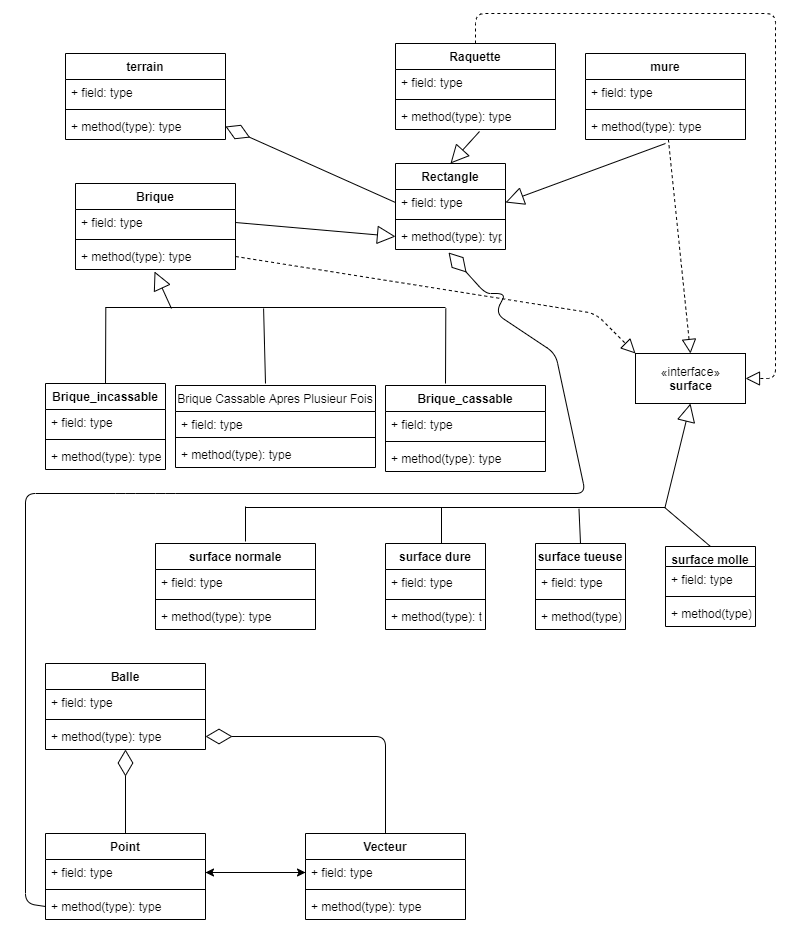
Above: develop/Diagram de classe_3.png in MedAnisse/Projet_Cassebrique (draw.io), before the change. Source tidied: cells renumbered, new cells last; positions are measured from the earlier drawing's top-left corner, leaving out a move shared by most shapes.
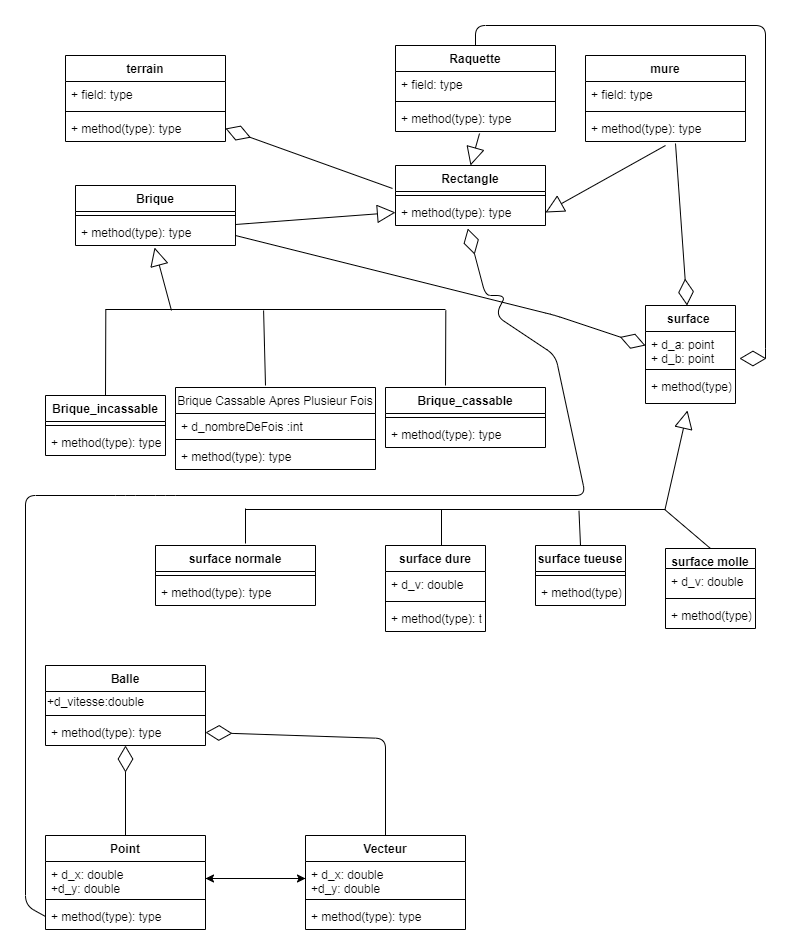
The same file after the commit.

Commit message:
modification de develop\Diagram de classe_3.png

Diff of the diagram source:
```diff
@@ -4,3 +4,3 @@
     <mxCell id="1" parent="0" />
-    <mxCell id="2" style="endArrow=diamondThin;endFill=0;endSize=24;html=1;exitX=0;exitY=0.5;exitDx=0;exitDy=0;entryX=1;entryY=0.5;entryDx=0;entryDy=0;" parent="1" edge="1" source="46" target="16">
+    <mxCell id="2" style="endArrow=diamondThin;endFill=0;endSize=24;html=1;exitX=-0.02;exitY=0.383;exitDx=0;exitDy=0;entryX=1;entryY=0.5;entryDx=0;entryDy=0;exitPerimeter=0;" parent="1" edge="1" source="45" target="16">
       <mxGeometry relative="1" as="geometry" />
@@ -45,3 +45,3 @@
     </mxCell>
-    <mxCell id="12" style="endArrow=block;endSize=16;endFill=0;html=1;exitX=0.999;exitY=0.458;exitDx=0;exitDy=0;exitPerimeter=0;entryX=0.5;entryY=1;entryDx=0;entryDy=0;" parent="1" edge="1" source="8" target="79">
+    <mxCell id="12" style="endArrow=block;endSize=16;endFill=0;html=1;exitX=0.999;exitY=0.458;exitDx=0;exitDy=0;exitPerimeter=0;entryX=0.467;entryY=1.231;entryDx=0;entryDy=0;entryPerimeter=0;" parent="1" edge="1" source="8" target="90">
       <mxGeometry x="-0.38" y="94" relative="1" as="geometry">
@@ -74,37 +74,19 @@
     </mxCell>
-    <mxCell id="21" value="Brique_incassable" style="swimlane;fontStyle=1;align=center;verticalAlign=top;horizontal=1;startSize=26;" parent="1" vertex="1">
-      <mxGeometry x="20" y="370" width="120" height="86" as="geometry" />
-    </mxCell>
-    <mxCell id="22" value="+ field: type" style="text;strokeColor=none;fillColor=none;align=left;verticalAlign=top;spacingLeft=4;spacingRight=4;overflow=hidden;" parent="21" vertex="1">
-      <mxGeometry y="26" width="120" height="26" as="geometry" />
-    </mxCell>
-    <mxCell id="23" style="line;strokeWidth=1;fillColor=none;align=left;verticalAlign=middle;spacingTop=-1;spacingLeft=3;spacingRight=3;labelPosition=right;" parent="21" vertex="1">
-      <mxGeometry y="52" width="120" height="8" as="geometry" />
-    </mxCell>
-    <mxCell id="24" value="+ method(type): type" style="text;strokeColor=none;fillColor=none;align=left;verticalAlign=top;spacingLeft=4;spacingRight=4;overflow=hidden;" parent="21" vertex="1">
-      <mxGeometry y="60" width="120" height="26" as="geometry" />
-    </mxCell>
     <mxCell id="25" value="Brique" style="swimlane;fontStyle=1;align=center;verticalAlign=top;horizontal=1;startSize=26;" parent="1" vertex="1">
-      <mxGeometry x="50" y="170" width="160" height="86" as="geometry" />
+      <mxGeometry x="50" y="170" width="160" height="60" as="geometry" />
     </mxCell>
-    <mxCell id="26" value="+ field: type" style="text;strokeColor=none;fillColor=none;align=left;verticalAlign=top;spacingLeft=4;spacingRight=4;overflow=hidden;points=[[0,0.5],[1,0.5]];portConstraint=eastwest;" parent="25" vertex="1">
-      <mxGeometry y="26" width="160" height="26" as="geometry" />
-    </mxCell>
     <mxCell id="27" style="line;strokeWidth=1;fillColor=none;align=left;verticalAlign=middle;spacingTop=-1;spacingLeft=3;spacingRight=3;labelPosition=right;" parent="25" vertex="1">
-      <mxGeometry y="52" width="160" height="8" as="geometry" />
+      <mxGeometry y="26" width="160" height="8" as="geometry" />
     </mxCell>
     <mxCell id="28" value="+ method(type): type" style="text;strokeColor=none;fillColor=none;align=left;verticalAlign=top;spacingLeft=4;spacingRight=4;overflow=hidden;points=[[0,0.5],[1,0.5]];portConstraint=eastwest;" parent="25" vertex="1">
-      <mxGeometry y="60" width="160" height="26" as="geometry" />
+      <mxGeometry y="34" width="160" height="26" as="geometry" />
     </mxCell>
     <mxCell id="29" value="Brique_cassable" style="swimlane;fontStyle=1;align=center;verticalAlign=top;horizontal=1;startSize=26;" parent="1" vertex="1">
-      <mxGeometry x="360" y="372" width="160" height="86" as="geometry" />
+      <mxGeometry x="360" y="372" width="160" height="60" as="geometry" />
     </mxCell>
-    <mxCell id="30" value="+ field: type" style="text;strokeColor=none;fillColor=none;align=left;verticalAlign=top;spacingLeft=4;spacingRight=4;overflow=hidden;" parent="29" vertex="1">
-      <mxGeometry y="26" width="160" height="26" as="geometry" />
-    </mxCell>
     <mxCell id="31" style="line;strokeWidth=1;fillColor=none;align=left;verticalAlign=middle;spacingTop=-1;spacingLeft=3;spacingRight=3;labelPosition=right;" parent="29" vertex="1">
-      <mxGeometry y="52" width="160" height="8" as="geometry" />
+      <mxGeometry y="26" width="160" height="8" as="geometry" />
     </mxCell>
     <mxCell id="32" value="+ method(type): type" style="text;strokeColor=none;fillColor=none;align=left;verticalAlign=top;spacingLeft=4;spacingRight=4;overflow=hidden;" parent="29" vertex="1">
-      <mxGeometry y="60" width="160" height="26" as="geometry" />
+      <mxGeometry y="34" width="160" height="26" as="geometry" />
     </mxCell>
@@ -113,3 +95,3 @@
     </mxCell>
-    <mxCell id="34" value="+ field: type" style="text;strokeColor=none;fillColor=none;align=left;verticalAlign=top;spacingLeft=4;spacingRight=4;overflow=hidden;" parent="33" vertex="1">
+    <mxCell id="34" value="+ d_nombreDeFois :int " style="text;strokeColor=none;fillColor=none;align=left;verticalAlign=top;spacingLeft=4;spacingRight=4;overflow=hidden;" parent="33" vertex="1">
       <mxGeometry y="26" width="200" height="22" as="geometry" />
@@ -135,48 +117,54 @@
     <mxCell id="41" value="surface normale" style="swimlane;fontStyle=1;align=center;verticalAlign=top;horizontal=1;startSize=26;" parent="1" vertex="1">
-      <mxGeometry x="130" y="530" width="160" height="86" as="geometry" />
+      <mxGeometry x="130" y="530" width="160" height="60" as="geometry" />
     </mxCell>
-    <mxCell id="42" value="+ field: type" style="text;strokeColor=none;fillColor=none;align=left;verticalAlign=top;spacingLeft=4;spacingRight=4;overflow=hidden;" parent="41" vertex="1">
-      <mxGeometry y="26" width="160" height="26" as="geometry" />
-    </mxCell>
     <mxCell id="43" style="line;strokeWidth=1;fillColor=none;align=left;verticalAlign=middle;spacingTop=-1;spacingLeft=3;spacingRight=3;labelPosition=right;" parent="41" vertex="1">
-      <mxGeometry y="52" width="160" height="8" as="geometry" />
+      <mxGeometry y="26" width="160" height="8" as="geometry" />
     </mxCell>
     <mxCell id="44" value="+ method(type): type" style="text;strokeColor=none;fillColor=none;align=left;verticalAlign=top;spacingLeft=4;spacingRight=4;overflow=hidden;" parent="41" vertex="1">
-      <mxGeometry y="60" width="160" height="26" as="geometry" />
+      <mxGeometry y="34" width="160" height="26" as="geometry" />
     </mxCell>
     <mxCell id="45" value="Rectangle" style="swimlane;fontStyle=1;align=center;verticalAlign=top;horizontal=1;startSize=26;" parent="1" vertex="1">
-      <mxGeometry x="370" y="150" width="110" height="86" as="geometry" />
+      <mxGeometry x="370" y="150" width="150" height="60" as="geometry" />
     </mxCell>
-    <mxCell id="46" value="+ field: type" style="text;strokeColor=none;fillColor=none;align=left;verticalAlign=top;spacingLeft=4;spacingRight=4;overflow=hidden;points=[[0,0.5],[1,0.5]];portConstraint=eastwest;" parent="45" vertex="1">
-      <mxGeometry y="26" width="110" height="26" as="geometry" />
-    </mxCell>
     <mxCell id="47" style="line;strokeWidth=1;fillColor=none;align=left;verticalAlign=middle;spacingTop=-1;spacingLeft=3;spacingRight=3;labelPosition=right;" parent="45" vertex="1">
-      <mxGeometry y="52" width="110" height="8" as="geometry" />
+      <mxGeometry y="26" width="150" height="8" as="geometry" />
     </mxCell>
     <mxCell id="48" value="+ method(type): type" style="text;strokeColor=none;fillColor=none;align=left;verticalAlign=top;spacingLeft=4;spacingRight=4;overflow=hidden;points=[[0,0.5],[1,0.5]];portConstraint=eastwest;" parent="45" vertex="1">
-      <mxGeometry y="60" width="110" height="26" as="geometry" />
+      <mxGeometry y="34" width="150" height="26" as="geometry" />
     </mxCell>
     <mxCell id="49" value="Balle" style="swimlane;fontStyle=1;align=center;verticalAlign=top;horizontal=1;startSize=26;" parent="1" vertex="1">
-      <mxGeometry x="20" y="650" width="160" height="86" as="geometry" />
+      <mxGeometry x="20" y="650" width="160" height="80" as="geometry" />
     </mxCell>
-    <mxCell id="50" value="+ field: type" style="text;strokeColor=none;fillColor=none;align=left;verticalAlign=top;spacingLeft=4;spacingRight=4;overflow=hidden;" parent="49" vertex="1">
-      <mxGeometry y="26" width="160" height="26" as="geometry" />
-    </mxCell>
+    <mxCell id="86" value="+d_vitesse:double" style="text;html=1;align=left;verticalAlign=middle;" parent="49" vertex="1">
+      <mxGeometry y="26" width="160" height="20" as="geometry" />
+    </mxCell>
     <mxCell id="51" style="line;strokeWidth=1;fillColor=none;align=left;verticalAlign=middle;spacingTop=-1;spacingLeft=3;spacingRight=3;labelPosition=right;" parent="49" vertex="1">
-      <mxGeometry y="52" width="160" height="8" as="geometry" />
+      <mxGeometry y="46" width="160" height="8" as="geometry" />
     </mxCell>
     <mxCell id="52" value="+ method(type): type" style="text;strokeColor=none;fillColor=none;align=left;verticalAlign=top;spacingLeft=4;spacingRight=4;overflow=hidden;points=[[0,0.5],[1,0.5]];portConstraint=eastwest;" parent="49" vertex="1">
-      <mxGeometry y="60" width="160" height="26" as="geometry" />
+      <mxGeometry y="54" width="160" height="26" as="geometry" />
     </mxCell>
+    <mxCell id="87" value="surface " style="swimlane;fontStyle=1;align=center;verticalAlign=top;horizontal=1;startSize=26;" parent="1" vertex="1">
+      <mxGeometry x="620" y="290" width="90" height="98" as="geometry" />
+    </mxCell>
+    <mxCell id="88" value="+ d_a: point&#10;+ d_b: point" style="text;strokeColor=none;fillColor=none;align=left;verticalAlign=top;spacingLeft=4;spacingRight=4;overflow=hidden;points=[[0,0.5],[1,0.5]];portConstraint=eastwest;" parent="87" vertex="1">
+      <mxGeometry y="26" width="90" height="34" as="geometry" />
+    </mxCell>
+    <mxCell id="89" style="line;strokeWidth=1;fillColor=none;align=left;verticalAlign=middle;spacingTop=-1;spacingLeft=3;spacingRight=3;labelPosition=right;" parent="87" vertex="1">
+      <mxGeometry y="60" width="90" height="8" as="geometry" />
+    </mxCell>
+    <mxCell id="90" value="+ method(type): type" style="text;strokeColor=none;fillColor=none;align=left;verticalAlign=top;spacingLeft=4;spacingRight=4;overflow=hidden;points=[[0,0.5],[1,0.5]];portConstraint=eastwest;" parent="87" vertex="1">
+      <mxGeometry y="68" width="90" height="30" as="geometry" />
+    </mxCell>
     <mxCell id="53" value="Vecteur" style="swimlane;fontStyle=1;align=center;verticalAlign=top;horizontal=1;startSize=26;" parent="1" vertex="1">
-      <mxGeometry x="280" y="820" width="160" height="86" as="geometry" />
+      <mxGeometry x="280" y="820" width="160" height="94" as="geometry" />
     </mxCell>
-    <mxCell id="54" value="+ field: type" style="text;strokeColor=none;fillColor=none;align=left;verticalAlign=top;spacingLeft=4;spacingRight=4;overflow=hidden;points=[[0,0.5],[1,0.5]];portConstraint=eastwest;" parent="53" vertex="1">
-      <mxGeometry y="26" width="160" height="26" as="geometry" />
+    <mxCell id="54" value="+ d_x: double&#10;+d_y: double" style="text;strokeColor=none;fillColor=none;align=left;verticalAlign=top;spacingLeft=4;spacingRight=4;overflow=hidden;points=[[0,0.5],[1,0.5]];portConstraint=eastwest;" parent="53" vertex="1">
+      <mxGeometry y="26" width="160" height="34" as="geometry" />
     </mxCell>
     <mxCell id="55" style="line;strokeWidth=1;fillColor=none;align=left;verticalAlign=middle;spacingTop=-1;spacingLeft=3;spacingRight=3;labelPosition=right;" parent="53" vertex="1">
-      <mxGeometry y="52" width="160" height="8" as="geometry" />
+      <mxGeometry y="60" width="160" height="8" as="geometry" />
     </mxCell>
     <mxCell id="56" value="+ method(type): type" style="text;strokeColor=none;fillColor=none;align=left;verticalAlign=top;spacingLeft=4;spacingRight=4;overflow=hidden;" parent="53" vertex="1">
-      <mxGeometry y="60" width="160" height="26" as="geometry" />
+      <mxGeometry y="68" width="160" height="26" as="geometry" />
     </mxCell>
@@ -186,12 +174,12 @@
     <mxCell id="58" value="Point" style="swimlane;fontStyle=1;align=center;verticalAlign=top;horizontal=1;startSize=26;" parent="1" vertex="1">
-      <mxGeometry x="20" y="820" width="160" height="86" as="geometry" />
+      <mxGeometry x="20" y="820" width="160" height="94" as="geometry" />
     </mxCell>
-    <mxCell id="59" value="+ field: type" style="text;strokeColor=none;fillColor=none;align=left;verticalAlign=top;spacingLeft=4;spacingRight=4;overflow=hidden;points=[[0,0.5],[1,0.5]];portConstraint=eastwest;" parent="58" vertex="1">
-      <mxGeometry y="26" width="160" height="26" as="geometry" />
+    <mxCell id="59" value="+ d_x: double&#10;+d_y: double" style="text;strokeColor=none;fillColor=none;align=left;verticalAlign=top;spacingLeft=4;spacingRight=4;overflow=hidden;points=[[0,0.5],[1,0.5]];portConstraint=eastwest;" parent="58" vertex="1">
+      <mxGeometry y="26" width="160" height="34" as="geometry" />
     </mxCell>
     <mxCell id="60" style="line;strokeWidth=1;fillColor=none;align=left;verticalAlign=middle;spacingTop=-1;spacingLeft=3;spacingRight=3;labelPosition=right;" parent="58" vertex="1">
-      <mxGeometry y="52" width="160" height="8" as="geometry" />
+      <mxGeometry y="60" width="160" height="8" as="geometry" />
     </mxCell>
     <mxCell id="61" value="+ method(type): type" style="text;strokeColor=none;fillColor=none;align=left;verticalAlign=top;spacingLeft=4;spacingRight=4;overflow=hidden;points=[[0,0.5],[1,0.5]];portConstraint=eastwest;" parent="58" vertex="1">
-      <mxGeometry y="60" width="160" height="26" as="geometry" />
+      <mxGeometry y="68" width="160" height="26" as="geometry" />
     </mxCell>
@@ -207,3 +195,3 @@
     </mxCell>
-    <mxCell id="64" value="+ field: type" style="text;strokeColor=none;fillColor=none;align=left;verticalAlign=top;spacingLeft=4;spacingRight=4;overflow=hidden;" parent="63" vertex="1">
+    <mxCell id="64" value="+ d_v: double" style="text;strokeColor=none;fillColor=none;align=left;verticalAlign=top;spacingLeft=4;spacingRight=4;overflow=hidden;" parent="63" vertex="1">
       <mxGeometry y="26" width="100" height="26" as="geometry" />
@@ -217,12 +205,9 @@
     <mxCell id="67" value="surface tueuse" style="swimlane;fontStyle=1;align=center;verticalAlign=top;horizontal=1;startSize=26;" parent="1" vertex="1">
-      <mxGeometry x="510" y="530" width="90" height="86" as="geometry" />
+      <mxGeometry x="510" y="530" width="90" height="60" as="geometry" />
     </mxCell>
-    <mxCell id="68" value="+ field: type" style="text;strokeColor=none;fillColor=none;align=left;verticalAlign=top;spacingLeft=4;spacingRight=4;overflow=hidden;" parent="67" vertex="1">
-      <mxGeometry y="26" width="90" height="26" as="geometry" />
-    </mxCell>
     <mxCell id="69" style="line;strokeWidth=1;fillColor=none;align=left;verticalAlign=middle;spacingTop=-1;spacingLeft=3;spacingRight=3;labelPosition=right;" parent="67" vertex="1">
-      <mxGeometry y="52" width="90" height="8" as="geometry" />
+      <mxGeometry y="26" width="90" height="8" as="geometry" />
     </mxCell>
     <mxCell id="70" value="+ method(type): type" style="text;strokeColor=none;fillColor=none;align=left;verticalAlign=top;spacingLeft=4;spacingRight=4;overflow=hidden;" parent="67" vertex="1">
-      <mxGeometry y="60" width="90" height="26" as="geometry" />
+      <mxGeometry y="34" width="90" height="26" as="geometry" />
     </mxCell>
@@ -231,3 +216,3 @@
     </mxCell>
-    <mxCell id="72" value="+ field: type" style="text;strokeColor=none;fillColor=none;align=left;verticalAlign=top;spacingLeft=4;spacingRight=4;overflow=hidden;" parent="71" vertex="1">
+    <mxCell id="72" value="+ d_v: double" style="text;strokeColor=none;fillColor=none;align=left;verticalAlign=top;spacingLeft=4;spacingRight=4;overflow=hidden;" parent="71" vertex="1">
       <mxGeometry y="20" width="90" height="26" as="geometry" />
@@ -243,24 +228,2 @@
     </mxCell>
-    <mxCell id="76" style="endArrow=block;dashed=1;endFill=0;endSize=12;html=1;exitX=1;exitY=0.5;exitDx=0;exitDy=0;entryX=0;entryY=0;entryDx=0;entryDy=0;" parent="1" edge="1" source="28" target="79">
-      <mxGeometry relative="1" as="geometry">
-        <Array as="points">
-          <mxPoint x="570" y="300" />
-        </Array>
-      </mxGeometry>
-    </mxCell>
-    <mxCell id="77" style="endArrow=block;dashed=1;endFill=0;endSize=12;html=1;exitX=0.518;exitY=0.995;exitDx=0;exitDy=0;exitPerimeter=0;entryX=0.5;entryY=0;entryDx=0;entryDy=0;" parent="1" edge="1" source="20" target="79">
-      <mxGeometry relative="1" as="geometry" />
-    </mxCell>
-    <mxCell id="78" style="endArrow=block;dashed=1;endFill=0;endSize=12;html=1;exitX=0.5;exitY=0;exitDx=0;exitDy=0;entryX=1;entryY=0.5;entryDx=0;entryDy=0;" parent="1" edge="1" source="37" target="79">
-      <mxGeometry relative="1" as="geometry">
-        <Array as="points">
-          <mxPoint x="450" />
-          <mxPoint x="750" />
-          <mxPoint x="750" y="365" />
-        </Array>
-      </mxGeometry>
-    </mxCell>
-    <mxCell id="79" value="«interface»&lt;br&gt;&lt;span style=&quot;font-weight: 700&quot;&gt;surface&lt;/span&gt;" style="html=1;" parent="1" vertex="1">
-      <mxGeometry x="610" y="340" width="110" height="50" as="geometry" />
-    </mxCell>
     <mxCell id="80" style="endArrow=diamondThin;endFill=0;endSize=24;html=1;exitX=0;exitY=0.5;exitDx=0;exitDy=0;entryX=0.482;entryY=1.115;entryDx=0;entryDy=0;entryPerimeter=0;" parent="1" edge="1" source="61" target="48">
@@ -280,4 +243,5 @@
     </mxCell>
-    <mxCell id="81" style="endArrow=block;endSize=16;endFill=0;html=1;entryX=0;entryY=0.5;entryDx=0;entryDy=0;exitX=1;exitY=0.5;exitDx=0;exitDy=0;" parent="1" edge="1" source="26" target="48">
+    <mxCell id="81" style="endArrow=block;endSize=16;endFill=0;html=1;entryX=0;entryY=0.5;entryDx=0;entryDy=0;exitX=1;exitY=0.5;exitDx=0;exitDy=0;" parent="1" edge="1" target="48">
       <mxGeometry x="-0.38" y="94" relative="1" as="geometry">
+        <mxPoint x="210" y="209" as="sourcePoint" />
         <mxPoint y="-1" as="offset" />
@@ -290,5 +254,6 @@
     </mxCell>
-    <mxCell id="83" style="endArrow=block;endSize=16;endFill=0;html=1;entryX=1;entryY=0.5;entryDx=0;entryDy=0;" parent="1" edge="1" target="46">
+    <mxCell id="83" style="endArrow=block;endSize=16;endFill=0;html=1;entryX=1;entryY=0.5;entryDx=0;entryDy=0;" parent="1" edge="1">
       <mxGeometry x="-0.38" y="94" relative="1" as="geometry">
         <mxPoint x="640" y="130" as="sourcePoint" />
+        <mxPoint x="520" y="197" as="targetPoint" />
         <mxPoint y="-1" as="offset" />
@@ -302,2 +267,34 @@
     </mxCell>
+    <mxCell id="21" value="Brique_incassable" style="swimlane;fontStyle=1;align=center;verticalAlign=top;horizontal=1;startSize=26;" parent="1" vertex="1">
+      <mxGeometry x="20" y="380" width="120" height="60" as="geometry" />
+    </mxCell>
+    <mxCell id="23" style="line;strokeWidth=1;fillColor=none;align=left;verticalAlign=middle;spacingTop=-1;spacingLeft=3;spacingRight=3;labelPosition=right;" parent="21" vertex="1">
+      <mxGeometry y="26" width="120" height="8" as="geometry" />
+    </mxCell>
+    <mxCell id="24" value="+ method(type): type" style="text;strokeColor=none;fillColor=none;align=left;verticalAlign=top;spacingLeft=4;spacingRight=4;overflow=hidden;" parent="21" vertex="1">
+      <mxGeometry y="34" width="120" height="26" as="geometry" />
+    </mxCell>
+    <mxCell id="91" style="endArrow=diamondThin;endFill=0;endSize=24;html=1;exitX=0.5;exitY=0;exitDx=0;exitDy=0;entryX=1.044;entryY=0.794;entryDx=0;entryDy=0;entryPerimeter=0;" parent="1" edge="1" source="37" target="88">
+      <mxGeometry relative="1" as="geometry">
+        <Array as="points">
+          <mxPoint x="450" y="10" />
+          <mxPoint x="740" y="10" />
+          <mxPoint x="740" y="343" />
+        </Array>
+      </mxGeometry>
+    </mxCell>
+    <mxCell id="92" style="endArrow=diamondThin;endFill=0;endSize=24;html=1;" parent="1" edge="1" target="87">
+      <mxGeometry relative="1" as="geometry">
+        <mxPoint x="650" y="128" as="sourcePoint" />
+      </mxGeometry>
+    </mxCell>
+    <mxCell id="93" style="endArrow=diamondThin;endFill=0;endSize=24;html=1;" parent="1" edge="1">
+      <mxGeometry relative="1" as="geometry">
+        <mxPoint x="210" y="220" as="sourcePoint" />
+        <mxPoint x="620" y="330" as="targetPoint" />
+        <Array as="points">
+          <mxPoint x="530" y="300" />
+        </Array>
+      </mxGeometry>
+    </mxCell>
   </root>
```
